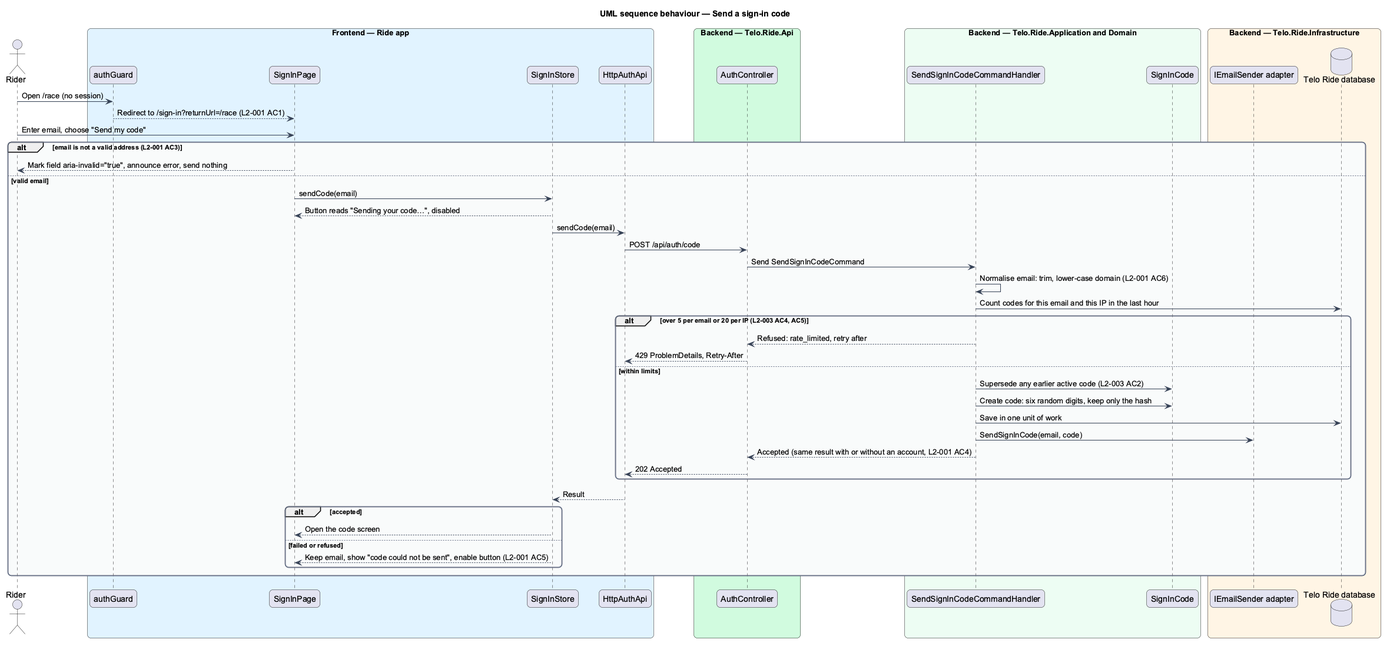
This is docs/detailed-designs/accounts/sign-in-with-an-email-code/diagrams/sequence-send-code.png from QuinntyneBrown/ride-one, a PlantUML export, as it was before one commit.
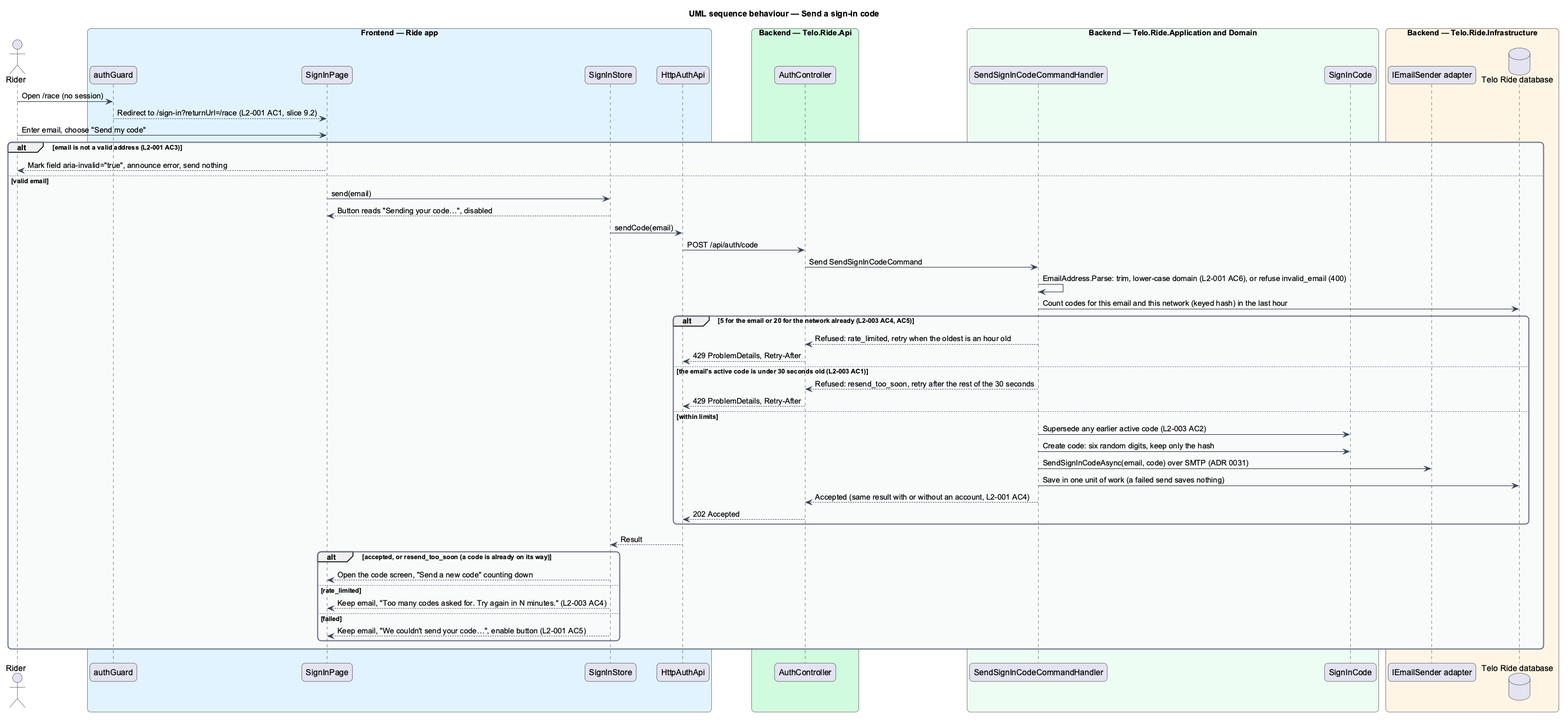
Above is the later version.

What changed in the source:
```diff
@@ -33,34 +33,39 @@
   database "Telo Ride database" as db
 end box
 actor -> guard : Open /race (no session)
-guard --> page : Redirect to /sign-in?returnUrl=/race (L2-001 AC1)
+guard --> page : Redirect to /sign-in?returnUrl=/race (L2-001 AC1, slice 9.2)
 actor -> page : Enter email, choose "Send my code"
 alt email is not a valid address (L2-001 AC3)
   page --> actor : Mark field aria-invalid="true", announce error, send nothing
 else valid email
-  page -> store : sendCode(email)
+  page -> store : send(email)
   store --> page : Button reads "Sending your code…", disabled
   store -> client : sendCode(email)
   client -> ctrl : POST /api/auth/code
   ctrl -> handler : Send SendSignInCodeCommand
-  handler -> handler : Normalise email: trim, lower-case domain (L2-001 AC6)
-  handler -> db : Count codes for this email and this IP in the last hour
-  alt over 5 per email or 20 per IP (L2-003 AC4, AC5)
-    handler --> ctrl : Refused: rate_limited, retry after
+  handler -> handler : EmailAddress.Parse: trim, lower-case domain (L2-001 AC6), or refuse invalid_email (400)
+  handler -> db : Count codes for this email and this network (keyed hash) in the last hour
+  alt 5 for the email or 20 for the network already (L2-003 AC4, AC5)
+    handler --> ctrl : Refused: rate_limited, retry when the oldest is an hour old
+    ctrl --> client : 429 ProblemDetails, Retry-After
+  else the email's active code is under 30 seconds old (L2-003 AC1)
+    handler --> ctrl : Refused: resend_too_soon, retry after the rest of the 30 seconds
     ctrl --> client : 429 ProblemDetails, Retry-After
   else within limits
     handler -> code : Supersede any earlier active code (L2-003 AC2)
     handler -> code : Create code: six random digits, keep only the hash
-    handler -> db : Save in one unit of work
-    handler -> sender : SendSignInCode(email, code)
+    handler -> sender : SendSignInCodeAsync(email, code) over SMTP (ADR 0031)
+    handler -> db : Save in one unit of work (a failed send saves nothing)
     handler --> ctrl : Accepted (same result with or without an account, L2-001 AC4)
     ctrl --> client : 202 Accepted
   end
   client --> store : Result
-  alt accepted
-    store --> page : Open the code screen
-  else failed or refused
-    store --> page : Keep email, show "code could not be sent", enable button (L2-001 AC5)
+  alt accepted, or resend_too_soon (a code is already on its way)
+    store --> page : Open the code screen, "Send a new code" counting down
+  else rate_limited
+    store --> page : Keep email, "Too many codes asked for. Try again in N minutes." (L2-003 AC4)
+  else failed
+    store --> page : Keep email, "We couldn't send your code…", enable button (L2-001 AC5)
   end
 end
 @enduml
```
